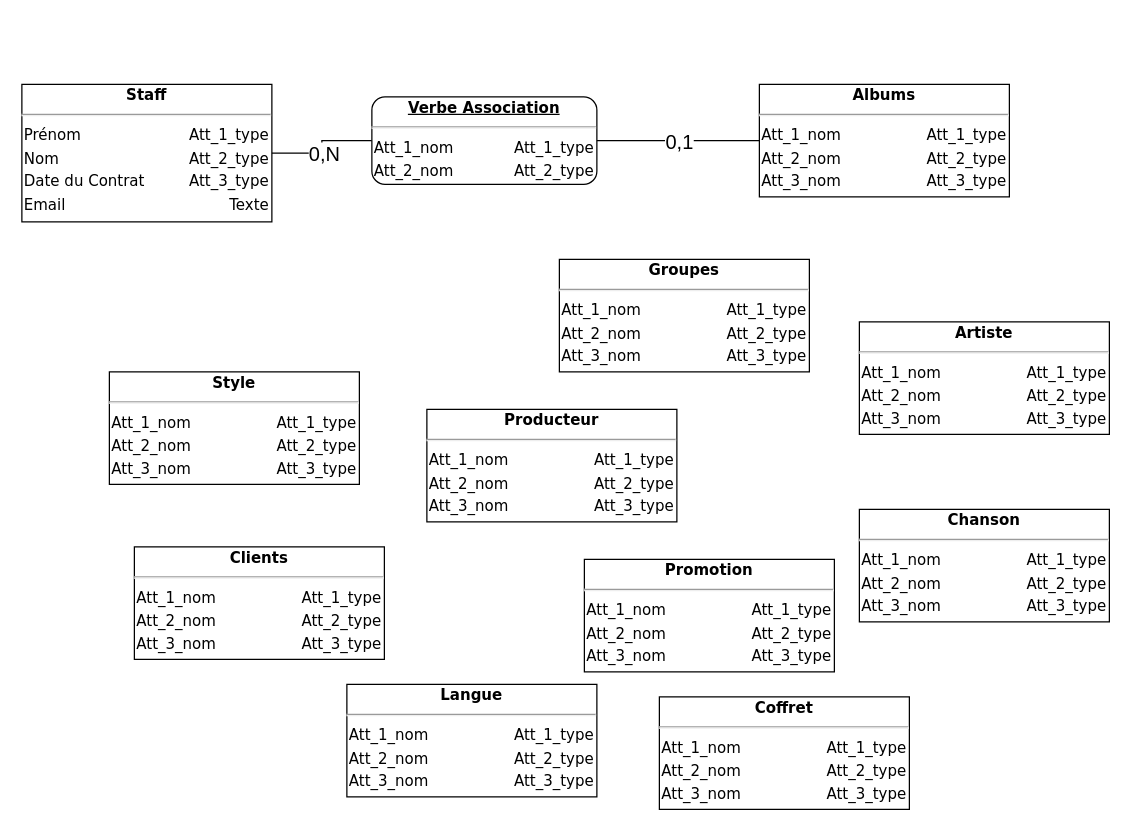
Earlier version of the draw.io diagram MCD - Magasin de Disque.drawio (TCamoes15/MA-08-Magasin-Disque). Source tidied: cells renumbered, new cells numbered last; positions are measured from the earlier drawing's top-left corner, leaving out a move shared by most shapes. Both pictures are drawn from the tidied source at 125%, with x=0, y=0 at pixel (21, 84).
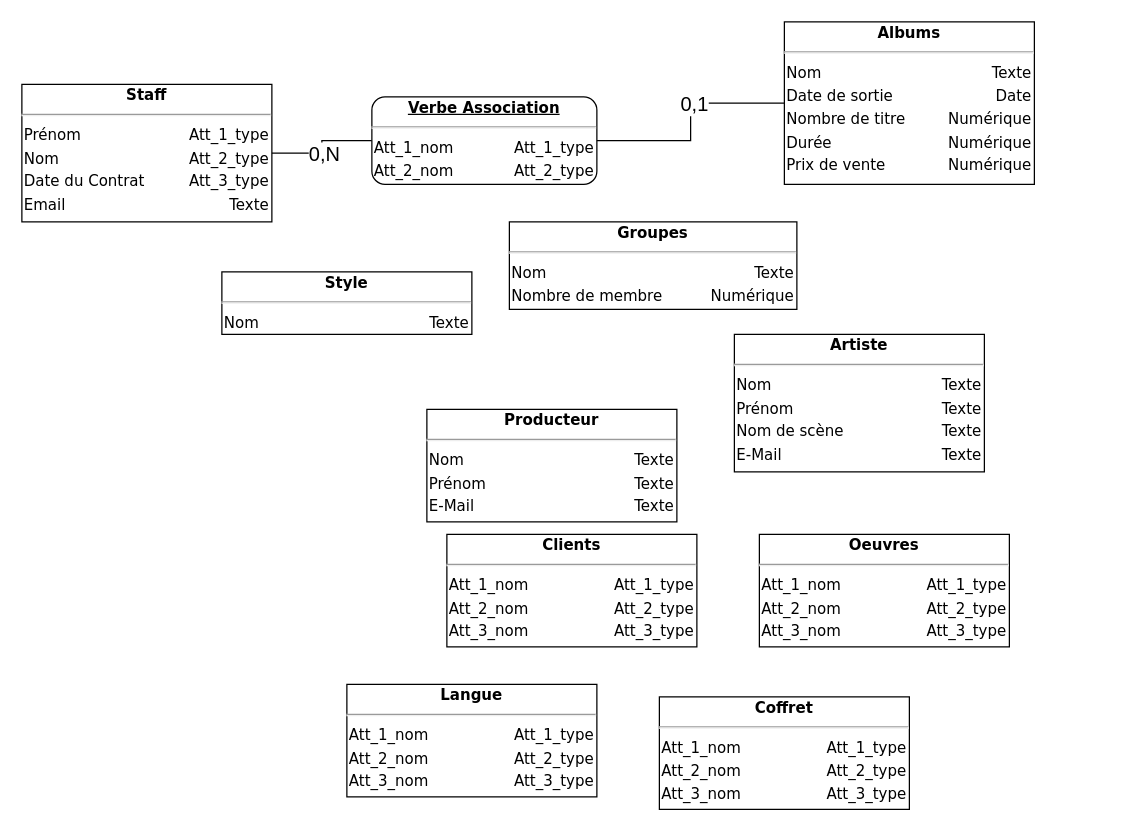
Above is the later version.

Diff of the diagram source:
```diff
@@
 <mxGraphModel>
   <root>
     <mxCell id="0" />
     <mxCell id="1" parent="0" />
     <mxCell id="2" value="&lt;div style=&quot;box-sizing: border-box ; width: 100% ; padding: 2px&quot;&gt;&lt;b&gt;&lt;span style=&quot;background-color: rgb(255 , 255 , 255)&quot;&gt;Staff&lt;/span&gt;&lt;/b&gt;&lt;/div&gt;&lt;hr&gt;&lt;table style=&quot;width: 100% ; font-size: 1em&quot; cellpadding=&quot;2&quot; cellspacing=&quot;0&quot;&gt;&lt;tbody&gt;&lt;tr&gt;&lt;td style=&quot;text-align: left&quot;&gt;Prénom&lt;/td&gt;&lt;td style=&quot;text-align: right&quot;&gt;Att_1_type&lt;br&gt;&lt;/td&gt;&lt;/tr&gt;&lt;tr&gt;&lt;td style=&quot;text-align: left&quot;&gt;Nom&lt;/td&gt;&lt;td style=&quot;text-align: right&quot;&gt;Att_2_type&lt;br&gt;&lt;/td&gt;&lt;/tr&gt;&lt;tr&gt;&lt;td style=&quot;text-align: left&quot;&gt;Date du Contrat&lt;/td&gt;&lt;td style=&quot;text-align: right&quot;&gt;Att_3_type&lt;br&gt;&lt;/td&gt;&lt;/tr&gt;&lt;tr&gt;&lt;td style=&quot;text-align: left&quot;&gt;Email&lt;/td&gt;&lt;td style=&quot;text-align: right&quot;&gt;Texte&lt;/td&gt;&lt;/tr&gt;&lt;/tbody&gt;&lt;/table&gt;" style="verticalAlign=top;align=center;overflow=fill;html=1;rounded=0;shadow=0;comic=0;labelBackgroundColor=none;strokeColor=#000000;strokeWidth=1;fillColor=#ffffff;fontFamily=Verdana;fontSize=12;fontColor=#000000;" parent="1" vertex="1">
       <mxGeometry width="200" height="110" as="geometry" />
     </mxCell>
     <mxCell id="3" style="edgeStyle=orthogonalEdgeStyle;html=1;labelBackgroundColor=none;startArrow=none;endArrow=none;fontFamily=Verdana;fontSize=12;align=left;exitX=1;exitY=0.5;exitDx=0;exitDy=0;entryX=0;entryY=0.5;entryDx=0;entryDy=0;startFill=0;endFill=0;rounded=0;" parent="1" edge="1" source="2" target="5">
       <mxGeometry relative="1" as="geometry" />
     </mxCell>
     <mxCell id="4" value="0,N" style="text;html=1;align=center;verticalAlign=middle;labelBackgroundColor=#ffffff;direction=south;fontSize=16;" parent="3" vertex="1">
       <mxGeometry x="-0.77" y="-1" relative="1" as="geometry">
         <mxPoint x="31" y="-1" as="offset" />
       </mxGeometry>
     </mxCell>
     <mxCell id="5" value="&lt;div style=&quot;box-sizing: border-box ; width: 100% ; padding: 2px&quot;&gt;&lt;b&gt;&lt;u style=&quot;background-color: rgb(255 , 255 , 255)&quot;&gt;Verbe Association&lt;/u&gt;&lt;/b&gt;&lt;/div&gt;&lt;hr&gt;&lt;table style=&quot;width: 100% ; font-size: 1em&quot; cellpadding=&quot;2&quot; cellspacing=&quot;0&quot;&gt;&lt;tbody&gt;&lt;tr&gt;&lt;td style=&quot;text-align: left&quot;&gt;Att_1_nom&lt;/td&gt;&lt;td style=&quot;text-align: right&quot;&gt;Att_1_type&lt;br&gt;&lt;/td&gt;&lt;/tr&gt;&lt;tr&gt;&lt;td style=&quot;text-align: left&quot;&gt;Att_2_nom&lt;br&gt;&lt;/td&gt;&lt;td style=&quot;text-align: right&quot;&gt;Att_2_type&lt;br&gt;&lt;/td&gt;&lt;/tr&gt;&lt;/tbody&gt;&lt;/table&gt;" style="verticalAlign=top;align=center;overflow=fill;html=1;rounded=1;shadow=0;comic=0;labelBackgroundColor=none;strokeColor=#000000;strokeWidth=1;fillColor=#ffffff;fontFamily=Verdana;fontSize=12;fontColor=#000000;" parent="1" vertex="1">
       <mxGeometry x="280" y="10" width="180" height="70" as="geometry" />
     </mxCell>
     <mxCell id="6" style="edgeStyle=orthogonalEdgeStyle;rounded=0;jettySize=auto;html=1;startArrow=none;startFill=0;endArrow=none;endFill=0;" parent="1" edge="1" source="8" target="5">
       <mxGeometry relative="1" as="geometry" />
     </mxCell>
     <mxCell id="7" value="0,1" style="text;html=1;align=center;verticalAlign=middle;labelBackgroundColor=#ffffff;fontSize=16;" parent="6" vertex="1">
       <mxGeometry x="-0.65" relative="1" as="geometry">
         <mxPoint x="-42" as="offset" />
       </mxGeometry>
     </mxCell>
-    <mxCell id="8" value="&lt;div style=&quot;box-sizing: border-box ; width: 100% ; padding: 2px&quot;&gt;&lt;span style=&quot;background-color: rgb(255 , 255 , 255)&quot;&gt;&lt;b&gt;Albums&lt;/b&gt;&lt;/span&gt;&lt;/div&gt;&lt;hr&gt;&lt;table style=&quot;width: 100% ; font-size: 1em&quot; cellpadding=&quot;2&quot; cellspacing=&quot;0&quot;&gt;&lt;tbody&gt;&lt;tr&gt;&lt;td style=&quot;text-align: left&quot;&gt;Att_1_nom&lt;/td&gt;&lt;td style=&quot;text-align: right&quot;&gt;Att_1_type&lt;br&gt;&lt;/td&gt;&lt;/tr&gt;&lt;tr&gt;&lt;td style=&quot;text-align: left&quot;&gt;Att_2_nom&lt;br&gt;&lt;/td&gt;&lt;td style=&quot;text-align: right&quot;&gt;Att_2_type&lt;br&gt;&lt;/td&gt;&lt;/tr&gt;&lt;tr&gt;&lt;td style=&quot;text-align: left&quot;&gt;Att_3_nom&lt;/td&gt;&lt;td style=&quot;text-align: right&quot;&gt;Att_3_type&lt;br&gt;&lt;/td&gt;&lt;/tr&gt;&lt;/tbody&gt;&lt;/table&gt;" style="verticalAlign=top;align=center;overflow=fill;html=1;rounded=0;shadow=0;comic=0;labelBackgroundColor=none;strokeColor=#000000;strokeWidth=1;fillColor=#ffffff;fontFamily=Verdana;fontSize=12;fontColor=#000000;" parent="1" vertex="1">
-      <mxGeometry x="590" width="200" height="90" as="geometry" />
+    <mxCell id="8" value="&lt;div style=&quot;box-sizing: border-box ; width: 100% ; padding: 2px&quot;&gt;&lt;span style=&quot;background-color: rgb(255 , 255 , 255)&quot;&gt;&lt;b&gt;Albums&lt;/b&gt;&lt;/span&gt;&lt;/div&gt;&lt;hr&gt;&lt;table style=&quot;width: 100% ; font-size: 1em&quot; cellpadding=&quot;2&quot; cellspacing=&quot;0&quot;&gt;&lt;tbody&gt;&lt;tr&gt;&lt;td style=&quot;text-align: left&quot;&gt;Nom&lt;/td&gt;&lt;td style=&quot;text-align: right&quot;&gt;Texte&lt;/td&gt;&lt;/tr&gt;&lt;tr&gt;&lt;td style=&quot;text-align: left&quot;&gt;Date de sortie&lt;/td&gt;&lt;td style=&quot;text-align: right&quot;&gt;Date&lt;/td&gt;&lt;/tr&gt;&lt;tr&gt;&lt;td style=&quot;text-align: left&quot;&gt;Nombre de titre&lt;/td&gt;&lt;td style=&quot;text-align: right&quot;&gt;Numérique&lt;/td&gt;&lt;/tr&gt;&lt;tr&gt;&lt;td style=&quot;text-align: left&quot;&gt;Durée&lt;/td&gt;&lt;td style=&quot;text-align: right&quot;&gt;Numérique&lt;/td&gt;&lt;/tr&gt;&lt;tr&gt;&lt;td style=&quot;text-align: left&quot;&gt;Prix de vente&lt;/td&gt;&lt;td style=&quot;text-align: right&quot;&gt;Numérique&lt;/td&gt;&lt;/tr&gt;&lt;/tbody&gt;&lt;/table&gt;" style="verticalAlign=top;align=center;overflow=fill;html=1;rounded=0;shadow=0;comic=0;labelBackgroundColor=none;strokeColor=#000000;strokeWidth=1;fillColor=#ffffff;fontFamily=Verdana;fontSize=12;fontColor=#000000;" parent="1" vertex="1">
+      <mxGeometry x="610" y="-50" width="200" height="130" as="geometry" />
     </mxCell>
-    <mxCell id="9" value="&lt;div style=&quot;box-sizing: border-box ; width: 100% ; padding: 2px&quot;&gt;&lt;span style=&quot;background-color: rgb(255 , 255 , 255)&quot;&gt;&lt;b&gt;Style&lt;/b&gt;&lt;/span&gt;&lt;/div&gt;&lt;hr&gt;&lt;table style=&quot;width: 100% ; font-size: 1em&quot; cellpadding=&quot;2&quot; cellspacing=&quot;0&quot;&gt;&lt;tbody&gt;&lt;tr&gt;&lt;td style=&quot;text-align: left&quot;&gt;Att_1_nom&lt;/td&gt;&lt;td style=&quot;text-align: right&quot;&gt;Att_1_type&lt;br&gt;&lt;/td&gt;&lt;/tr&gt;&lt;tr&gt;&lt;td style=&quot;text-align: left&quot;&gt;Att_2_nom&lt;br&gt;&lt;/td&gt;&lt;td style=&quot;text-align: right&quot;&gt;Att_2_type&lt;br&gt;&lt;/td&gt;&lt;/tr&gt;&lt;tr&gt;&lt;td style=&quot;text-align: left&quot;&gt;Att_3_nom&lt;/td&gt;&lt;td style=&quot;text-align: right&quot;&gt;Att_3_type&lt;br&gt;&lt;/td&gt;&lt;/tr&gt;&lt;/tbody&gt;&lt;/table&gt;" style="verticalAlign=top;align=center;overflow=fill;html=1;rounded=0;shadow=0;comic=0;labelBackgroundColor=none;strokeColor=#000000;strokeWidth=1;fillColor=#ffffff;fontFamily=Verdana;fontSize=12;fontColor=#000000;" parent="1" vertex="1">
-      <mxGeometry x="70" y="230" width="200" height="90" as="geometry" />
+    <mxCell id="9" value="&lt;div style=&quot;box-sizing: border-box ; width: 100% ; padding: 2px&quot;&gt;&lt;span style=&quot;background-color: rgb(255 , 255 , 255)&quot;&gt;&lt;b&gt;Style&lt;/b&gt;&lt;/span&gt;&lt;/div&gt;&lt;hr&gt;&lt;table style=&quot;width: 100% ; font-size: 1em&quot; cellpadding=&quot;2&quot; cellspacing=&quot;0&quot;&gt;&lt;tbody&gt;&lt;tr&gt;&lt;td style=&quot;text-align: left&quot;&gt;Nom&lt;/td&gt;&lt;td style=&quot;text-align: right&quot;&gt;Texte&lt;/td&gt;&lt;/tr&gt;&lt;/tbody&gt;&lt;/table&gt;" style="verticalAlign=top;align=center;overflow=fill;html=1;rounded=0;shadow=0;comic=0;labelBackgroundColor=none;strokeColor=#000000;strokeWidth=1;fillColor=#ffffff;fontFamily=Verdana;fontSize=12;fontColor=#000000;" parent="1" vertex="1">
+      <mxGeometry x="160" y="150" width="200" height="50" as="geometry" />
     </mxCell>
-    <mxCell id="10" value="&lt;div style=&quot;box-sizing: border-box ; width: 100% ; padding: 2px&quot;&gt;&lt;span style=&quot;background-color: rgb(255 , 255 , 255)&quot;&gt;&lt;b&gt;Producteur&lt;/b&gt;&lt;/span&gt;&lt;/div&gt;&lt;hr&gt;&lt;table style=&quot;width: 100% ; font-size: 1em&quot; cellpadding=&quot;2&quot; cellspacing=&quot;0&quot;&gt;&lt;tbody&gt;&lt;tr&gt;&lt;td style=&quot;text-align: left&quot;&gt;Att_1_nom&lt;/td&gt;&lt;td style=&quot;text-align: right&quot;&gt;Att_1_type&lt;br&gt;&lt;/td&gt;&lt;/tr&gt;&lt;tr&gt;&lt;td style=&quot;text-align: left&quot;&gt;Att_2_nom&lt;br&gt;&lt;/td&gt;&lt;td style=&quot;text-align: right&quot;&gt;Att_2_type&lt;br&gt;&lt;/td&gt;&lt;/tr&gt;&lt;tr&gt;&lt;td style=&quot;text-align: left&quot;&gt;Att_3_nom&lt;/td&gt;&lt;td style=&quot;text-align: right&quot;&gt;Att_3_type&lt;br&gt;&lt;/td&gt;&lt;/tr&gt;&lt;/tbody&gt;&lt;/table&gt;" style="verticalAlign=top;align=center;overflow=fill;html=1;rounded=0;shadow=0;comic=0;labelBackgroundColor=none;strokeColor=#000000;strokeWidth=1;fillColor=#ffffff;fontFamily=Verdana;fontSize=12;fontColor=#000000;" parent="1" vertex="1">
+    <mxCell id="10" value="&lt;div style=&quot;box-sizing: border-box ; width: 100% ; padding: 2px&quot;&gt;&lt;span style=&quot;background-color: rgb(255 , 255 , 255)&quot;&gt;&lt;b&gt;Producteur&lt;/b&gt;&lt;/span&gt;&lt;/div&gt;&lt;hr&gt;&lt;table style=&quot;width: 100% ; font-size: 1em&quot; cellpadding=&quot;2&quot; cellspacing=&quot;0&quot;&gt;&lt;tbody&gt;&lt;tr&gt;&lt;td style=&quot;text-align: left&quot;&gt;Nom&lt;/td&gt;&lt;td style=&quot;text-align: right&quot;&gt;Texte&lt;/td&gt;&lt;/tr&gt;&lt;tr&gt;&lt;td style=&quot;text-align: left&quot;&gt;Prénom&lt;/td&gt;&lt;td style=&quot;text-align: right&quot;&gt;Texte&lt;/td&gt;&lt;/tr&gt;&lt;tr&gt;&lt;td style=&quot;text-align: left&quot;&gt;E-Mail&lt;/td&gt;&lt;td style=&quot;text-align: right&quot;&gt;Texte&lt;/td&gt;&lt;/tr&gt;&lt;/tbody&gt;&lt;/table&gt;" style="verticalAlign=top;align=center;overflow=fill;html=1;rounded=0;shadow=0;comic=0;labelBackgroundColor=none;strokeColor=#000000;strokeWidth=1;fillColor=#ffffff;fontFamily=Verdana;fontSize=12;fontColor=#000000;" parent="1" vertex="1">
       <mxGeometry x="324" y="260" width="200" height="90" as="geometry" />
     </mxCell>
     <mxCell id="11" value="&lt;div style=&quot;box-sizing: border-box ; width: 100% ; padding: 2px&quot;&gt;&lt;span style=&quot;background-color: rgb(255 , 255 , 255)&quot;&gt;&lt;b&gt;Clients&lt;/b&gt;&lt;/span&gt;&lt;/div&gt;&lt;hr&gt;&lt;table style=&quot;width: 100% ; font-size: 1em&quot; cellpadding=&quot;2&quot; cellspacing=&quot;0&quot;&gt;&lt;tbody&gt;&lt;tr&gt;&lt;td style=&quot;text-align: left&quot;&gt;Att_1_nom&lt;/td&gt;&lt;td style=&quot;text-align: right&quot;&gt;Att_1_type&lt;br&gt;&lt;/td&gt;&lt;/tr&gt;&lt;tr&gt;&lt;td style=&quot;text-align: left&quot;&gt;Att_2_nom&lt;br&gt;&lt;/td&gt;&lt;td style=&quot;text-align: right&quot;&gt;Att_2_type&lt;br&gt;&lt;/td&gt;&lt;/tr&gt;&lt;tr&gt;&lt;td style=&quot;text-align: left&quot;&gt;Att_3_nom&lt;/td&gt;&lt;td style=&quot;text-align: right&quot;&gt;Att_3_type&lt;br&gt;&lt;/td&gt;&lt;/tr&gt;&lt;/tbody&gt;&lt;/table&gt;" style="verticalAlign=top;align=center;overflow=fill;html=1;rounded=0;shadow=0;comic=0;labelBackgroundColor=none;strokeColor=#000000;strokeWidth=1;fillColor=#ffffff;fontFamily=Verdana;fontSize=12;fontColor=#000000;" parent="1" vertex="1">
-      <mxGeometry x="90" y="370" width="200" height="90" as="geometry" />
+      <mxGeometry x="340" y="360" width="200" height="90" as="geometry" />
     </mxCell>
-    <mxCell id="12" value="&lt;div style=&quot;box-sizing: border-box ; width: 100% ; padding: 2px&quot;&gt;&lt;span style=&quot;background-color: rgb(255 , 255 , 255)&quot;&gt;&lt;b&gt;Promotion&lt;/b&gt;&lt;/span&gt;&lt;/div&gt;&lt;hr&gt;&lt;table style=&quot;width: 100% ; font-size: 1em&quot; cellpadding=&quot;2&quot; cellspacing=&quot;0&quot;&gt;&lt;tbody&gt;&lt;tr&gt;&lt;td style=&quot;text-align: left&quot;&gt;Att_1_nom&lt;/td&gt;&lt;td style=&quot;text-align: right&quot;&gt;Att_1_type&lt;br&gt;&lt;/td&gt;&lt;/tr&gt;&lt;tr&gt;&lt;td style=&quot;text-align: left&quot;&gt;Att_2_nom&lt;br&gt;&lt;/td&gt;&lt;td style=&quot;text-align: right&quot;&gt;Att_2_type&lt;br&gt;&lt;/td&gt;&lt;/tr&gt;&lt;tr&gt;&lt;td style=&quot;text-align: left&quot;&gt;Att_3_nom&lt;/td&gt;&lt;td style=&quot;text-align: right&quot;&gt;Att_3_type&lt;br&gt;&lt;/td&gt;&lt;/tr&gt;&lt;/tbody&gt;&lt;/table&gt;" style="verticalAlign=top;align=center;overflow=fill;html=1;rounded=0;shadow=0;comic=0;labelBackgroundColor=none;strokeColor=#000000;strokeWidth=1;fillColor=#ffffff;fontFamily=Verdana;fontSize=12;fontColor=#000000;" parent="1" vertex="1">
-      <mxGeometry x="450" y="380" width="200" height="90" as="geometry" />
-    </mxCell>
-    <mxCell id="13" value="&lt;div style=&quot;box-sizing: border-box ; width: 100% ; padding: 2px&quot;&gt;&lt;span style=&quot;background-color: rgb(255 , 255 , 255)&quot;&gt;&lt;b&gt;Groupes&lt;/b&gt;&lt;/span&gt;&lt;/div&gt;&lt;hr&gt;&lt;table style=&quot;width: 100% ; font-size: 1em&quot; cellpadding=&quot;2&quot; cellspacing=&quot;0&quot;&gt;&lt;tbody&gt;&lt;tr&gt;&lt;td style=&quot;text-align: left&quot;&gt;Att_1_nom&lt;/td&gt;&lt;td style=&quot;text-align: right&quot;&gt;Att_1_type&lt;br&gt;&lt;/td&gt;&lt;/tr&gt;&lt;tr&gt;&lt;td style=&quot;text-align: left&quot;&gt;Att_2_nom&lt;br&gt;&lt;/td&gt;&lt;td style=&quot;text-align: right&quot;&gt;Att_2_type&lt;br&gt;&lt;/td&gt;&lt;/tr&gt;&lt;tr&gt;&lt;td style=&quot;text-align: left&quot;&gt;Att_3_nom&lt;/td&gt;&lt;td style=&quot;text-align: right&quot;&gt;Att_3_type&lt;br&gt;&lt;/td&gt;&lt;/tr&gt;&lt;/tbody&gt;&lt;/table&gt;" style="verticalAlign=top;align=center;overflow=fill;html=1;rounded=0;shadow=0;comic=0;labelBackgroundColor=none;strokeColor=#000000;strokeWidth=1;fillColor=#ffffff;fontFamily=Verdana;fontSize=12;fontColor=#000000;" parent="1" vertex="1">
-      <mxGeometry x="430" y="140" width="200" height="90" as="geometry" />
+    <mxCell id="13" value="&lt;div style=&quot;box-sizing: border-box ; width: 100% ; padding: 2px&quot;&gt;&lt;span style=&quot;background-color: rgb(255 , 255 , 255)&quot;&gt;&lt;b&gt;Groupes&lt;/b&gt;&lt;/span&gt;&lt;/div&gt;&lt;hr&gt;&lt;table style=&quot;width: 100% ; font-size: 1em&quot; cellpadding=&quot;2&quot; cellspacing=&quot;0&quot;&gt;&lt;tbody&gt;&lt;tr&gt;&lt;td style=&quot;text-align: left&quot;&gt;Nom&lt;/td&gt;&lt;td style=&quot;text-align: right&quot;&gt;Texte&lt;/td&gt;&lt;/tr&gt;&lt;tr&gt;&lt;td style=&quot;text-align: left&quot;&gt;Nombre de membre&lt;/td&gt;&lt;td style=&quot;text-align: right&quot;&gt;Numérique&lt;/td&gt;&lt;/tr&gt;&lt;/tbody&gt;&lt;/table&gt;" style="verticalAlign=top;align=center;overflow=fill;html=1;rounded=0;shadow=0;comic=0;labelBackgroundColor=none;strokeColor=#000000;strokeWidth=1;fillColor=#ffffff;fontFamily=Verdana;fontSize=12;fontColor=#000000;" parent="1" vertex="1">
+      <mxGeometry x="390" y="110" width="230" height="70" as="geometry" />
     </mxCell>
-    <mxCell id="14" value="&lt;div style=&quot;box-sizing: border-box ; width: 100% ; padding: 2px&quot;&gt;&lt;span style=&quot;background-color: rgb(255 , 255 , 255)&quot;&gt;&lt;b&gt;Chanson&lt;/b&gt;&lt;/span&gt;&lt;/div&gt;&lt;hr&gt;&lt;table style=&quot;width: 100% ; font-size: 1em&quot; cellpadding=&quot;2&quot; cellspacing=&quot;0&quot;&gt;&lt;tbody&gt;&lt;tr&gt;&lt;td style=&quot;text-align: left&quot;&gt;Att_1_nom&lt;/td&gt;&lt;td style=&quot;text-align: right&quot;&gt;Att_1_type&lt;br&gt;&lt;/td&gt;&lt;/tr&gt;&lt;tr&gt;&lt;td style=&quot;text-align: left&quot;&gt;Att_2_nom&lt;br&gt;&lt;/td&gt;&lt;td style=&quot;text-align: right&quot;&gt;Att_2_type&lt;br&gt;&lt;/td&gt;&lt;/tr&gt;&lt;tr&gt;&lt;td style=&quot;text-align: left&quot;&gt;Att_3_nom&lt;/td&gt;&lt;td style=&quot;text-align: right&quot;&gt;Att_3_type&lt;br&gt;&lt;/td&gt;&lt;/tr&gt;&lt;/tbody&gt;&lt;/table&gt;" style="verticalAlign=top;align=center;overflow=fill;html=1;rounded=0;shadow=0;comic=0;labelBackgroundColor=none;strokeColor=#000000;strokeWidth=1;fillColor=#ffffff;fontFamily=Verdana;fontSize=12;fontColor=#000000;" parent="1" vertex="1">
-      <mxGeometry x="670" y="340" width="200" height="90" as="geometry" />
+    <mxCell id="14" value="&lt;div style=&quot;box-sizing: border-box ; width: 100% ; padding: 2px&quot;&gt;&lt;span style=&quot;background-color: rgb(255 , 255 , 255)&quot;&gt;&lt;b&gt;Oeuvres&lt;/b&gt;&lt;/span&gt;&lt;/div&gt;&lt;hr&gt;&lt;table style=&quot;width: 100% ; font-size: 1em&quot; cellpadding=&quot;2&quot; cellspacing=&quot;0&quot;&gt;&lt;tbody&gt;&lt;tr&gt;&lt;td style=&quot;text-align: left&quot;&gt;Att_1_nom&lt;/td&gt;&lt;td style=&quot;text-align: right&quot;&gt;Att_1_type&lt;br&gt;&lt;/td&gt;&lt;/tr&gt;&lt;tr&gt;&lt;td style=&quot;text-align: left&quot;&gt;Att_2_nom&lt;br&gt;&lt;/td&gt;&lt;td style=&quot;text-align: right&quot;&gt;Att_2_type&lt;br&gt;&lt;/td&gt;&lt;/tr&gt;&lt;tr&gt;&lt;td style=&quot;text-align: left&quot;&gt;Att_3_nom&lt;/td&gt;&lt;td style=&quot;text-align: right&quot;&gt;Att_3_type&lt;br&gt;&lt;/td&gt;&lt;/tr&gt;&lt;/tbody&gt;&lt;/table&gt;" style="verticalAlign=top;align=center;overflow=fill;html=1;rounded=0;shadow=0;comic=0;labelBackgroundColor=none;strokeColor=#000000;strokeWidth=1;fillColor=#ffffff;fontFamily=Verdana;fontSize=12;fontColor=#000000;" parent="1" vertex="1">
+      <mxGeometry x="590" y="360" width="200" height="90" as="geometry" />
     </mxCell>
-    <mxCell id="15" value="&lt;div style=&quot;box-sizing: border-box ; width: 100% ; padding: 2px&quot;&gt;&lt;span style=&quot;background-color: rgb(255 , 255 , 255)&quot;&gt;&lt;b&gt;Artiste&lt;/b&gt;&lt;/span&gt;&lt;/div&gt;&lt;hr&gt;&lt;table style=&quot;width: 100% ; font-size: 1em&quot; cellpadding=&quot;2&quot; cellspacing=&quot;0&quot;&gt;&lt;tbody&gt;&lt;tr&gt;&lt;td style=&quot;text-align: left&quot;&gt;Att_1_nom&lt;/td&gt;&lt;td style=&quot;text-align: right&quot;&gt;Att_1_type&lt;br&gt;&lt;/td&gt;&lt;/tr&gt;&lt;tr&gt;&lt;td style=&quot;text-align: left&quot;&gt;Att_2_nom&lt;br&gt;&lt;/td&gt;&lt;td style=&quot;text-align: right&quot;&gt;Att_2_type&lt;br&gt;&lt;/td&gt;&lt;/tr&gt;&lt;tr&gt;&lt;td style=&quot;text-align: left&quot;&gt;Att_3_nom&lt;/td&gt;&lt;td style=&quot;text-align: right&quot;&gt;Att_3_type&lt;br&gt;&lt;/td&gt;&lt;/tr&gt;&lt;/tbody&gt;&lt;/table&gt;" style="verticalAlign=top;align=center;overflow=fill;html=1;rounded=0;shadow=0;comic=0;labelBackgroundColor=none;strokeColor=#000000;strokeWidth=1;fillColor=#ffffff;fontFamily=Verdana;fontSize=12;fontColor=#000000;" parent="1" vertex="1">
-      <mxGeometry x="670" y="190" width="200" height="90" as="geometry" />
+    <mxCell id="15" value="&lt;div style=&quot;box-sizing: border-box ; width: 100% ; padding: 2px&quot;&gt;&lt;span style=&quot;background-color: rgb(255 , 255 , 255)&quot;&gt;&lt;b&gt;Artiste&lt;/b&gt;&lt;/span&gt;&lt;/div&gt;&lt;hr&gt;&lt;table style=&quot;width: 100% ; font-size: 1em&quot; cellpadding=&quot;2&quot; cellspacing=&quot;0&quot;&gt;&lt;tbody&gt;&lt;tr&gt;&lt;td style=&quot;text-align: left&quot;&gt;Nom&lt;/td&gt;&lt;td style=&quot;text-align: right&quot;&gt;Texte&lt;/td&gt;&lt;/tr&gt;&lt;tr&gt;&lt;td style=&quot;text-align: left&quot;&gt;Prénom&lt;/td&gt;&lt;td style=&quot;text-align: right&quot;&gt;Texte&lt;br&gt;&lt;/td&gt;&lt;/tr&gt;&lt;tr&gt;&lt;td style=&quot;text-align: left&quot;&gt;Nom de scène&lt;/td&gt;&lt;td style=&quot;text-align: right&quot;&gt;Texte&lt;/td&gt;&lt;/tr&gt;&lt;tr&gt;&lt;td style=&quot;text-align: left&quot;&gt;E-Mail&lt;/td&gt;&lt;td style=&quot;text-align: right&quot;&gt;Texte&lt;/td&gt;&lt;/tr&gt;&lt;/tbody&gt;&lt;/table&gt;" style="verticalAlign=top;align=center;overflow=fill;html=1;rounded=0;shadow=0;comic=0;labelBackgroundColor=none;strokeColor=#000000;strokeWidth=1;fillColor=#ffffff;fontFamily=Verdana;fontSize=12;fontColor=#000000;" parent="1" vertex="1">
+      <mxGeometry x="570" y="200" width="200" height="110" as="geometry" />
     </mxCell>
     <mxCell id="16" value="&lt;div style=&quot;box-sizing: border-box ; width: 100% ; padding: 2px&quot;&gt;&lt;span style=&quot;background-color: rgb(255 , 255 , 255)&quot;&gt;&lt;b&gt;Langue&lt;/b&gt;&lt;/span&gt;&lt;/div&gt;&lt;hr&gt;&lt;table style=&quot;width: 100% ; font-size: 1em&quot; cellpadding=&quot;2&quot; cellspacing=&quot;0&quot;&gt;&lt;tbody&gt;&lt;tr&gt;&lt;td style=&quot;text-align: left&quot;&gt;Att_1_nom&lt;/td&gt;&lt;td style=&quot;text-align: right&quot;&gt;Att_1_type&lt;br&gt;&lt;/td&gt;&lt;/tr&gt;&lt;tr&gt;&lt;td style=&quot;text-align: left&quot;&gt;Att_2_nom&lt;br&gt;&lt;/td&gt;&lt;td style=&quot;text-align: right&quot;&gt;Att_2_type&lt;br&gt;&lt;/td&gt;&lt;/tr&gt;&lt;tr&gt;&lt;td style=&quot;text-align: left&quot;&gt;Att_3_nom&lt;/td&gt;&lt;td style=&quot;text-align: right&quot;&gt;Att_3_type&lt;br&gt;&lt;/td&gt;&lt;/tr&gt;&lt;/tbody&gt;&lt;/table&gt;" style="verticalAlign=top;align=center;overflow=fill;html=1;rounded=0;shadow=0;comic=0;labelBackgroundColor=none;strokeColor=#000000;strokeWidth=1;fillColor=#ffffff;fontFamily=Verdana;fontSize=12;fontColor=#000000;" parent="1" vertex="1">
       <mxGeometry x="260" y="480" width="200" height="90" as="geometry" />
     </mxCell>
     <mxCell id="17" value="&lt;div style=&quot;box-sizing: border-box ; width: 100% ; padding: 2px&quot;&gt;&lt;span style=&quot;background-color: rgb(255 , 255 , 255)&quot;&gt;&lt;b&gt;Coffret&lt;/b&gt;&lt;/span&gt;&lt;/div&gt;&lt;hr&gt;&lt;table style=&quot;width: 100% ; font-size: 1em&quot; cellpadding=&quot;2&quot; cellspacing=&quot;0&quot;&gt;&lt;tbody&gt;&lt;tr&gt;&lt;td style=&quot;text-align: left&quot;&gt;Att_1_nom&lt;/td&gt;&lt;td style=&quot;text-align: right&quot;&gt;Att_1_type&lt;br&gt;&lt;/td&gt;&lt;/tr&gt;&lt;tr&gt;&lt;td style=&quot;text-align: left&quot;&gt;Att_2_nom&lt;br&gt;&lt;/td&gt;&lt;td style=&quot;text-align: right&quot;&gt;Att_2_type&lt;br&gt;&lt;/td&gt;&lt;/tr&gt;&lt;tr&gt;&lt;td style=&quot;text-align: left&quot;&gt;Att_3_nom&lt;/td&gt;&lt;td style=&quot;text-align: right&quot;&gt;Att_3_type&lt;br&gt;&lt;/td&gt;&lt;/tr&gt;&lt;/tbody&gt;&lt;/table&gt;" style="verticalAlign=top;align=center;overflow=fill;html=1;rounded=0;shadow=0;comic=0;labelBackgroundColor=none;strokeColor=#000000;strokeWidth=1;fillColor=#ffffff;fontFamily=Verdana;fontSize=12;fontColor=#000000;" parent="1" vertex="1">
       <mxGeometry x="510" y="490" width="200" height="90" as="geometry" />
     </mxCell>
   </root>
 </mxGraphModel>
```
